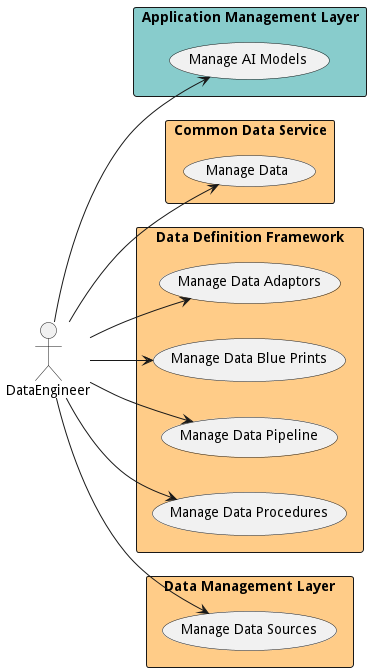
Above: docs/actors/dataengineer/UseCase.png in madajaju/edgemere (PlantUML), before the change.
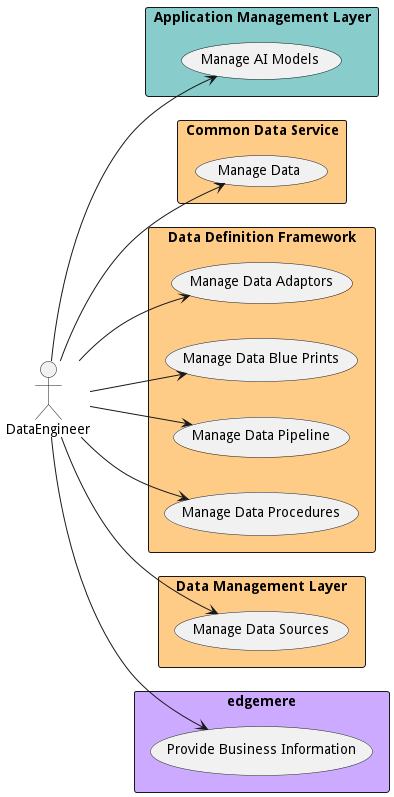
Above is the later version.

The edit, as a diff of the source:
```diff
@@ -36,5 +36,11 @@
 
 }
 
+rectangle "edgemere" as edgemere #ccaaff {
+        usecase "Provide Business Information" as ProvideBusinessInformation
+    DataEngineer --> ProvideBusinessInformation
+
+}
+
 
 @enduml
```
